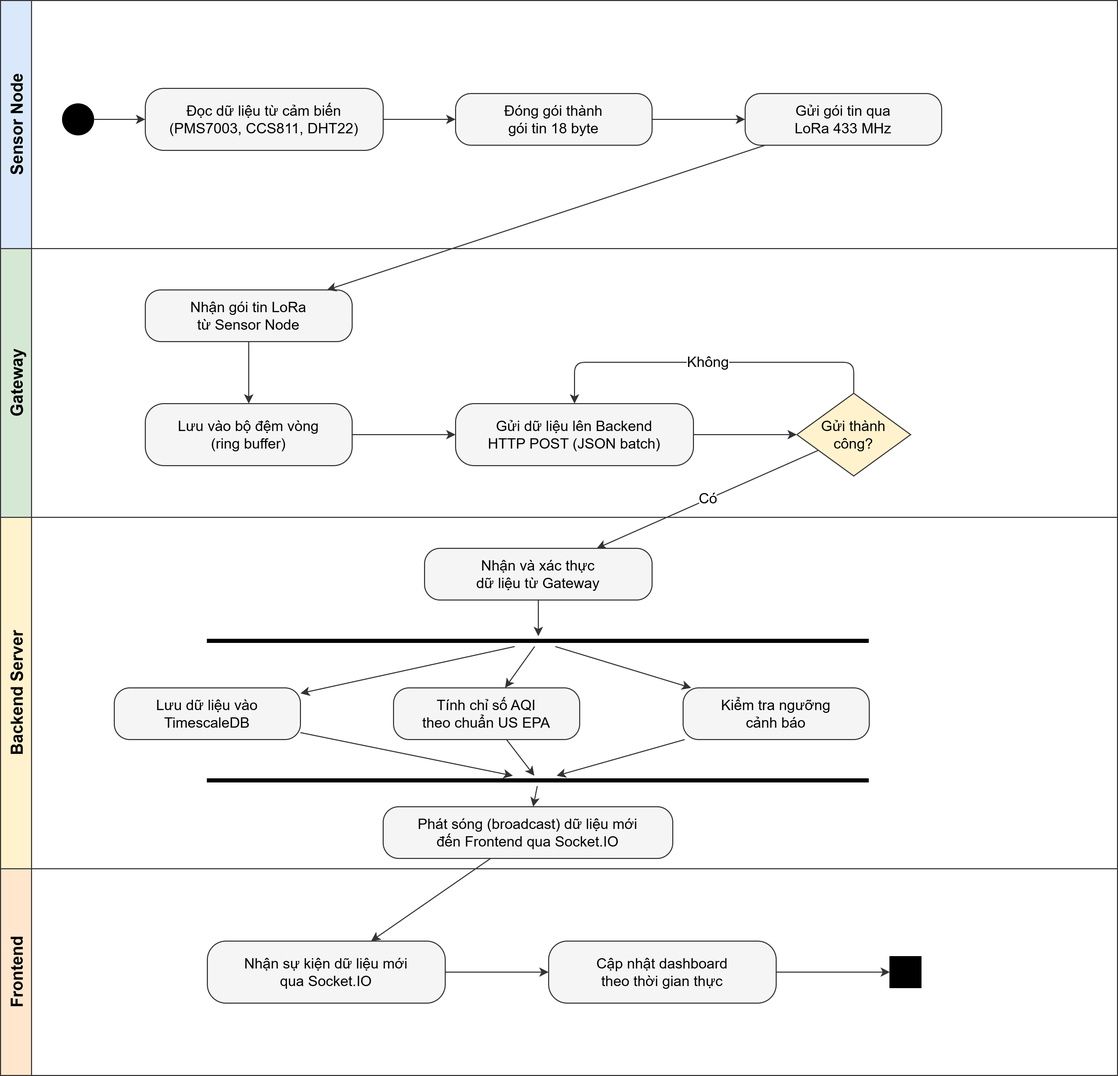
The draw.io diagram docs/SOICT_DATN_Application_VIE_Template/Hinhve/activity_data_flow.png in Ductham95/datn, before a commit. Source tidied: cells renumbered, new cells last; positions are measured from the earlier drawing's top-left corner, leaving out a move shared by most shapes.
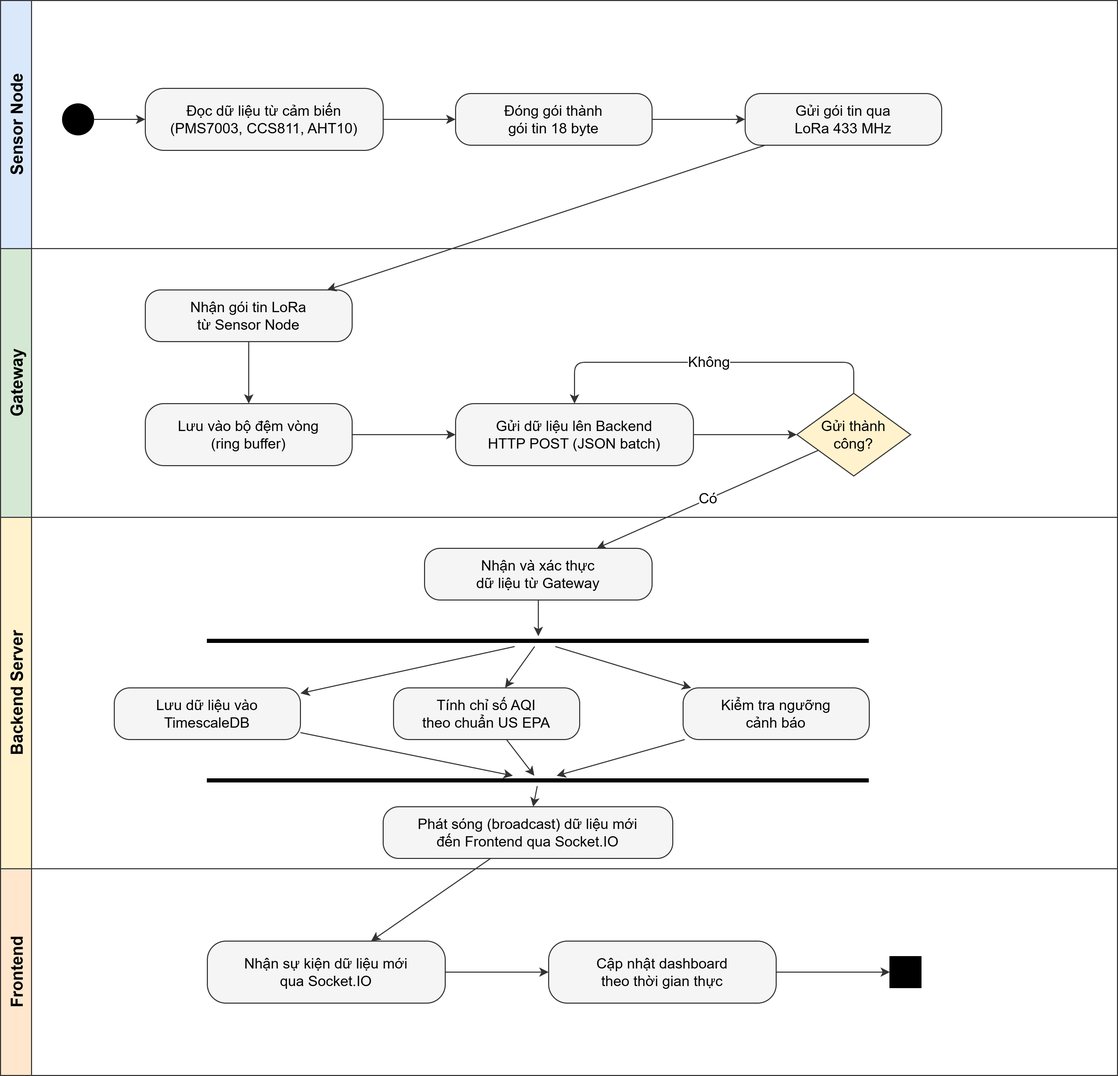
The same diagram one commit later.

Change to the diagram source:
```diff
@@ -8,7 +8,7 @@
     <mxCell id="3" style="ellipse;html=1;shape=mxgraph.flowchart.start_2;fillColor=#000000;fontSize=14;fontFamily=Arial;" parent="2" vertex="1">
       <mxGeometry x="60" y="100" width="30" height="30" as="geometry" />
     </mxCell>
-    <mxCell id="4" value="Đọc dữ liệu từ cảm biến&lt;br&gt;(PMS7003, CCS811, DHT22)" style="rounded=1;whiteSpace=wrap;html=1;fontSize=14;fontFamily=Arial;fillColor=#F5F5F5;strokeColor=#333333;arcSize=30;" parent="2" vertex="1">
+    <mxCell id="4" value="Đọc dữ liệu từ cảm biến&lt;br&gt;(PMS7003, CCS811, AHT10)" style="rounded=1;whiteSpace=wrap;html=1;fontSize=14;fontFamily=Arial;fillColor=#F5F5F5;strokeColor=#333333;arcSize=30;" parent="2" vertex="1">
       <mxGeometry x="140" y="85" width="230" height="60" as="geometry" />
     </mxCell>
     <mxCell id="5" value="Đóng gói thành&lt;br&gt;gói tin 18 byte" style="rounded=1;whiteSpace=wrap;html=1;fontSize=14;fontFamily=Arial;fillColor=#F5F5F5;strokeColor=#333333;arcSize=30;" parent="2" vertex="1">
```
